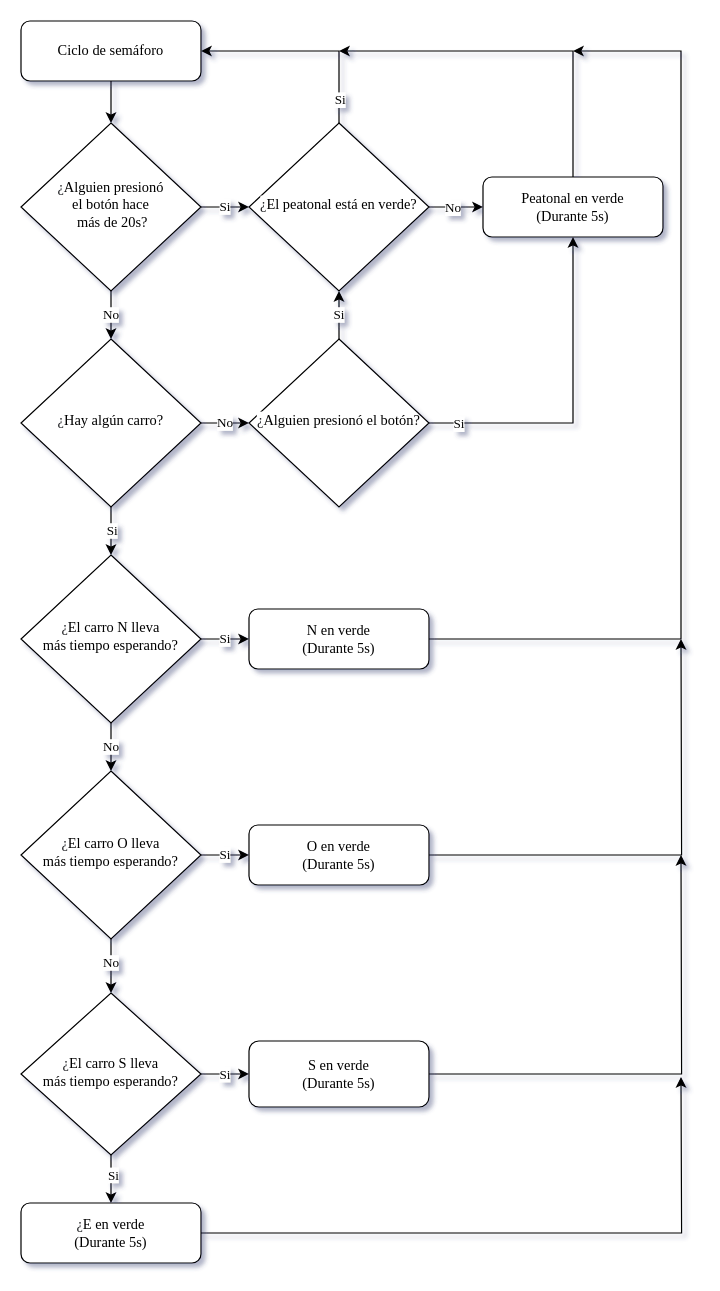
Before: Documentacion/Diagrama de flujo.drawio in fabian-mv/EL3310_proyecto1, a draw.io diagram. Source tidied: cells renumbered, new cells numbered last; positions are measured from the earlier drawing's top-left corner, leaving out a move shared by most shapes. Both pictures are drawn from the tidied source at 120%, with x=0, y=0 at pixel (20, 20).
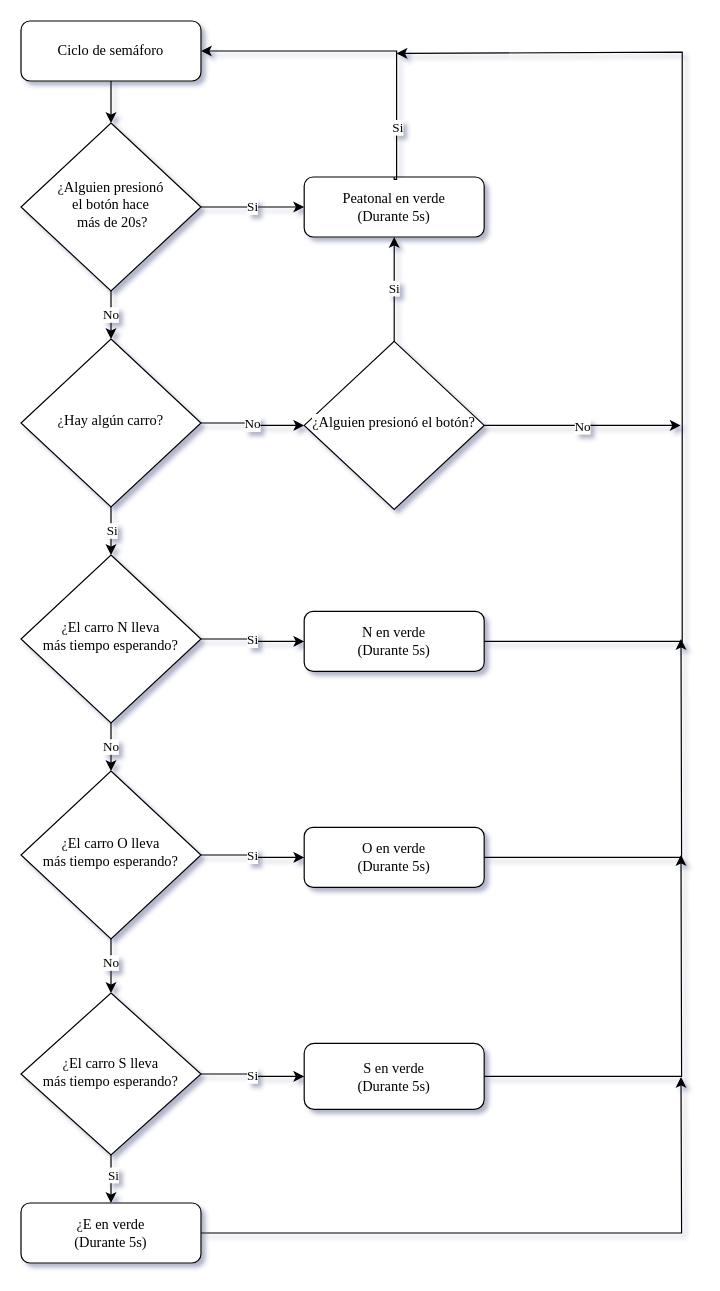
Above is the later version.

Commit message (it also covers changes not shown here):
Fix compare_stpl

The change refers to these unchanged cells:
```xml
<mxCell id="3" value="&lt;font face=&quot;Times New Roman&quot;&gt;Ciclo de semáforo&lt;/font&gt;" style="rounded=1;whiteSpace=wrap;html=1;fontSize=12;glass=0;strokeWidth=1;shadow=0;" parent="1" vertex="1">
  <mxGeometry width="150" height="50" as="geometry" />
</mxCell>
<mxCell id="39" value="&lt;span style=&quot;color: rgb(32 , 33 , 36) ; text-align: left ; background-color: rgb(255 , 255 , 255)&quot;&gt;&lt;font face=&quot;Times New Roman&quot; style=&quot;font-size: 12px&quot;&gt;¿&lt;/font&gt;&lt;/span&gt;&lt;font face=&quot;Times New Roman&quot;&gt;Alguien presionó &lt;br&gt;el botón hace&lt;br&gt;&amp;nbsp;más de 20s?&lt;/font&gt;" style="rhombus;whiteSpace=wrap;html=1;shadow=0;fontFamily=Helvetica;fontSize=12;align=center;strokeWidth=1;spacing=6;spacingTop=-4;" parent="1" vertex="1">
  <mxGeometry y="85" width="150" height="140" as="geometry" />
</mxCell>
```

The edit, as a diff of the source:
```diff
@@
-    <mxCell id="11" style="edgeStyle=orthogonalEdgeStyle;rounded=0;jettySize=auto;html=1;exitX=1;exitY=0.5;exitDx=0;exitDy=0;fontFamily=Times New Roman;" parent="1" edge="1" source="12">
-      <mxGeometry relative="1" as="geometry">
-        <mxPoint x="460" y="25" as="targetPoint" />
-        <Array as="points">
-          <mxPoint x="550" y="515" />
-          <mxPoint x="550" y="25" />
-        </Array>
-      </mxGeometry>
-    </mxCell>
+    <mxCell id="40" style="edgeStyle=orthogonalEdgeStyle;rounded=0;jettySize=auto;html=1;exitX=1;exitY=0.5;exitDx=0;exitDy=0;" parent="1" edge="1" source="12">
+      <mxGeometry relative="1" as="geometry">
+        <mxPoint x="313" y="27" as="targetPoint" />
+        <Array as="points">
+          <mxPoint x="551" y="517" />
+          <mxPoint x="551" y="26" />
+          <mxPoint x="313" y="26" />
+        </Array>
+      </mxGeometry>
+    </mxCell>
     <mxCell id="12" value="&lt;font face=&quot;Times New Roman&quot;&gt;N en verde&lt;br&gt;(Durante 5s)&lt;/font&gt;" style="rounded=1;whiteSpace=wrap;html=1;fontSize=12;glass=0;strokeWidth=1;shadow=0;" parent="1" vertex="1">
-      <mxGeometry x="190" y="490" width="150" height="50" as="geometry" />
+      <mxGeometry x="236" y="492" width="150" height="50" as="geometry" />
     </mxCell>
-    <mxCell id="13" value="&lt;font face=&quot;Times New Roman&quot;&gt;Si&lt;/font&gt;" style="edgeStyle=orthogonalEdgeStyle;rounded=0;jettySize=auto;html=1;exitX=0.5;exitY=0;exitDx=0;exitDy=0;entryX=0.5;entryY=1;entryDx=0;entryDy=0;" parent="1" edge="1" source="16" target="36">
+    <mxCell id="13" value="&lt;font face=&quot;Times New Roman&quot;&gt;Si&lt;/font&gt;" style="edgeStyle=orthogonalEdgeStyle;rounded=0;jettySize=auto;html=1;exitX=0.5;exitY=0;exitDx=0;exitDy=0;entryX=0.5;entryY=1;entryDx=0;entryDy=0;" parent="1" edge="1" source="16" target="25">
       <mxGeometry relative="1" as="geometry" />
     </mxCell>
-    <mxCell id="14" style="edgeStyle=orthogonalEdgeStyle;rounded=0;jettySize=auto;html=1;exitX=1;exitY=0.5;exitDx=0;exitDy=0;entryX=0.5;entryY=1;entryDx=0;entryDy=0;" parent="1" edge="1" source="16" target="25">
-      <mxGeometry relative="1" as="geometry" />
-    </mxCell>
-    <mxCell id="15" value="&lt;font face=&quot;Times New Roman&quot;&gt;Si&lt;/font&gt;" style="edgeLabel;html=1;align=center;verticalAlign=middle;" parent="14" vertex="1">
-      <mxGeometry x="-0.22" y="2" relative="1" as="geometry">
-        <mxPoint x="-83" y="2" as="offset" />
-      </mxGeometry>
-    </mxCell>
+    <mxCell id="35" value="&lt;font face=&quot;Times New Roman&quot;&gt;No&lt;/font&gt;" style="edgeStyle=orthogonalEdgeStyle;rounded=0;jettySize=auto;html=1;" parent="1" edge="1" source="16">
+      <mxGeometry relative="1" as="geometry">
+        <mxPoint x="549.7" y="337" as="targetPoint" />
+      </mxGeometry>
+    </mxCell>
     <mxCell id="16" value="&lt;span style=&quot;color: rgb(32 , 33 , 36) ; font-family: &amp;#34;times new roman&amp;#34; ; text-align: left ; background-color: rgb(255 , 255 , 255)&quot;&gt;¿&lt;/span&gt;&lt;font face=&quot;Times New Roman&quot;&gt;Alguien presionó el botón?&lt;/font&gt;" style="rhombus;whiteSpace=wrap;html=1;shadow=0;fontFamily=Helvetica;fontSize=12;align=center;strokeWidth=1;spacing=6;spacingTop=-4;" parent="1" vertex="1">
-      <mxGeometry x="190" y="265" width="150" height="140" as="geometry" />
+      <mxGeometry x="236" y="267" width="150" height="140" as="geometry" />
     </mxCell>
@@
-    <mxCell id="24" style="edgeStyle=orthogonalEdgeStyle;rounded=0;jettySize=auto;html=1;exitX=0.5;exitY=0;exitDx=0;exitDy=0;fontFamily=Times New Roman;" parent="1" edge="1" source="25">
-      <mxGeometry relative="1" as="geometry">
-        <mxPoint x="265" y="25" as="targetPoint" />
-        <Array as="points">
-          <mxPoint x="460" y="25" />
-        </Array>
-      </mxGeometry>
-    </mxCell>
     <mxCell id="25" value="&lt;font face=&quot;Times New Roman&quot;&gt;Peatonal en verde&lt;br&gt;(Durante 5s)&lt;/font&gt;" style="rounded=1;whiteSpace=wrap;html=1;fontSize=12;glass=0;strokeWidth=1;shadow=0;" parent="1" vertex="1">
-      <mxGeometry x="385" y="130" width="150" height="50" as="geometry" />
+      <mxGeometry x="236" y="130" width="150" height="50" as="geometry" />
     </mxCell>
@@
     <mxCell id="27" value="&lt;font face=&quot;Times New Roman&quot;&gt;O en verde&lt;br&gt;(Durante 5s)&lt;/font&gt;" style="rounded=1;whiteSpace=wrap;html=1;fontSize=12;glass=0;strokeWidth=1;shadow=0;" parent="1" vertex="1">
-      <mxGeometry x="190" y="670" width="150" height="50" as="geometry" />
+      <mxGeometry x="236" y="672" width="150" height="50" as="geometry" />
     </mxCell>
@@
     <mxCell id="29" value="&lt;font face=&quot;Times New Roman&quot;&gt;S en verde&lt;br&gt;(Durante 5s)&lt;/font&gt;" style="rounded=1;whiteSpace=wrap;html=1;fontSize=12;glass=0;strokeWidth=1;shadow=0;" parent="1" vertex="1">
-      <mxGeometry x="190" y="850" width="150" height="55" as="geometry" />
+      <mxGeometry x="236" y="852" width="150" height="55" as="geometry" />
     </mxCell>
@@
-    <mxCell id="32" style="edgeStyle=orthogonalEdgeStyle;rounded=0;jettySize=auto;html=1;exitX=0.5;exitY=0;exitDx=0;exitDy=0;entryX=1;entryY=0.5;entryDx=0;entryDy=0;" parent="1" edge="1" source="36" target="3">
+    <mxCell id="32" style="edgeStyle=orthogonalEdgeStyle;rounded=0;jettySize=auto;html=1;exitX=0.5;exitY=0;exitDx=0;exitDy=0;entryX=1;entryY=0.5;entryDx=0;entryDy=0;" parent="1" edge="1" source="25" target="3">
       <mxGeometry relative="1" as="geometry">
         <Array as="points">
-          <mxPoint x="265" y="25" />
+          <mxPoint x="313" y="132" />
+          <mxPoint x="313" y="25" />
         </Array>
       </mxGeometry>
     </mxCell>
@@
-    <mxCell id="34" style="edgeStyle=orthogonalEdgeStyle;rounded=0;jettySize=auto;html=1;entryX=0;entryY=0.5;entryDx=0;entryDy=0;" parent="1" edge="1" source="36" target="25">
-      <mxGeometry relative="1" as="geometry" />
-    </mxCell>
-    <mxCell id="35" value="&lt;font face=&quot;Times New Roman&quot;&gt;No&lt;/font&gt;" style="edgeLabel;html=1;align=center;verticalAlign=middle;" parent="34" vertex="1">
-      <mxGeometry x="-0.73" y="-1" relative="1" as="geometry">
-        <mxPoint x="13" y="-1" as="offset" />
-      </mxGeometry>
-    </mxCell>
-    <mxCell id="36" value="&lt;span style=&quot;color: rgb(32 , 33 , 36) ; font-family: &amp;#34;times new roman&amp;#34; ; text-align: left ; background-color: rgb(255 , 255 , 255)&quot;&gt;¿&lt;/span&gt;&lt;font face=&quot;Times New Roman&quot;&gt;El peatonal está en verde?&lt;/font&gt;" style="rhombus;whiteSpace=wrap;html=1;shadow=0;fontFamily=Helvetica;fontSize=12;align=center;strokeWidth=1;spacing=6;spacingTop=-4;" parent="1" vertex="1">
-      <mxGeometry x="190" y="85" width="150" height="140" as="geometry" />
-    </mxCell>
@@
-    <mxCell id="38" value="&lt;font face=&quot;Times New Roman&quot;&gt;Si&lt;/font&gt;" style="edgeStyle=orthogonalEdgeStyle;rounded=0;jettySize=auto;html=1;exitX=1;exitY=0.5;exitDx=0;exitDy=0;entryX=0;entryY=0.5;entryDx=0;entryDy=0;" parent="1" edge="1" source="39" target="36">
+    <mxCell id="38" value="&lt;font face=&quot;Times New Roman&quot;&gt;Si&lt;/font&gt;" style="edgeStyle=orthogonalEdgeStyle;rounded=0;jettySize=auto;html=1;exitX=1;exitY=0.5;exitDx=0;exitDy=0;entryX=0;entryY=0.5;entryDx=0;entryDy=0;" parent="1" edge="1" source="39" target="25">
       <mxGeometry relative="1" as="geometry" />
     </mxCell>
```
